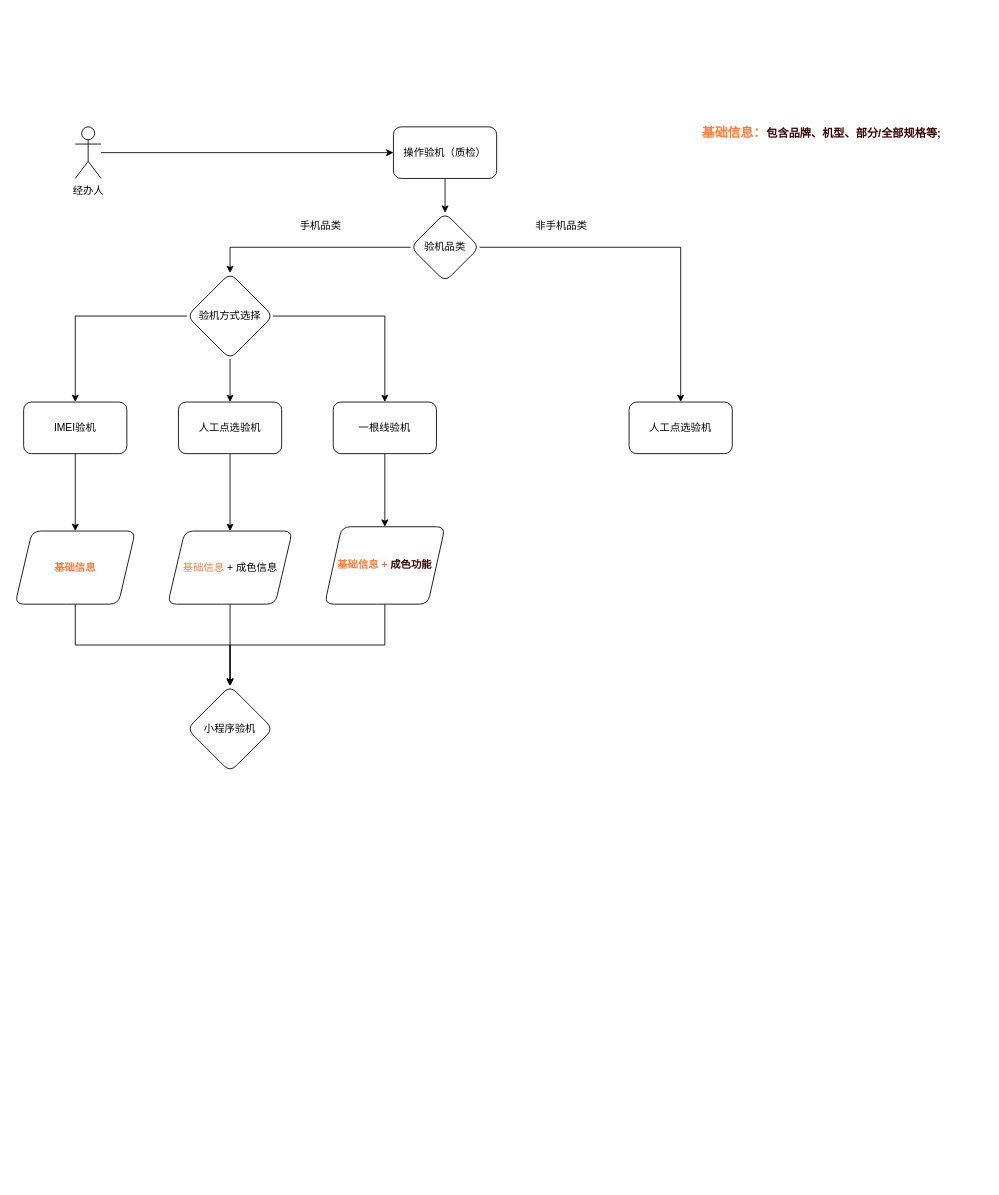
b1208312635/mall keeps this draw.io diagram as 未命名绘图.drawio. Above is the earlier version. Source tidied: cells renumbered, new cells numbered last; positions are measured from the earlier drawing's top-left corner, leaving out a move shared by most shapes. Both pictures are drawn from the tidied source at 86%, with x=0, y=0 at pixel (15, 101).
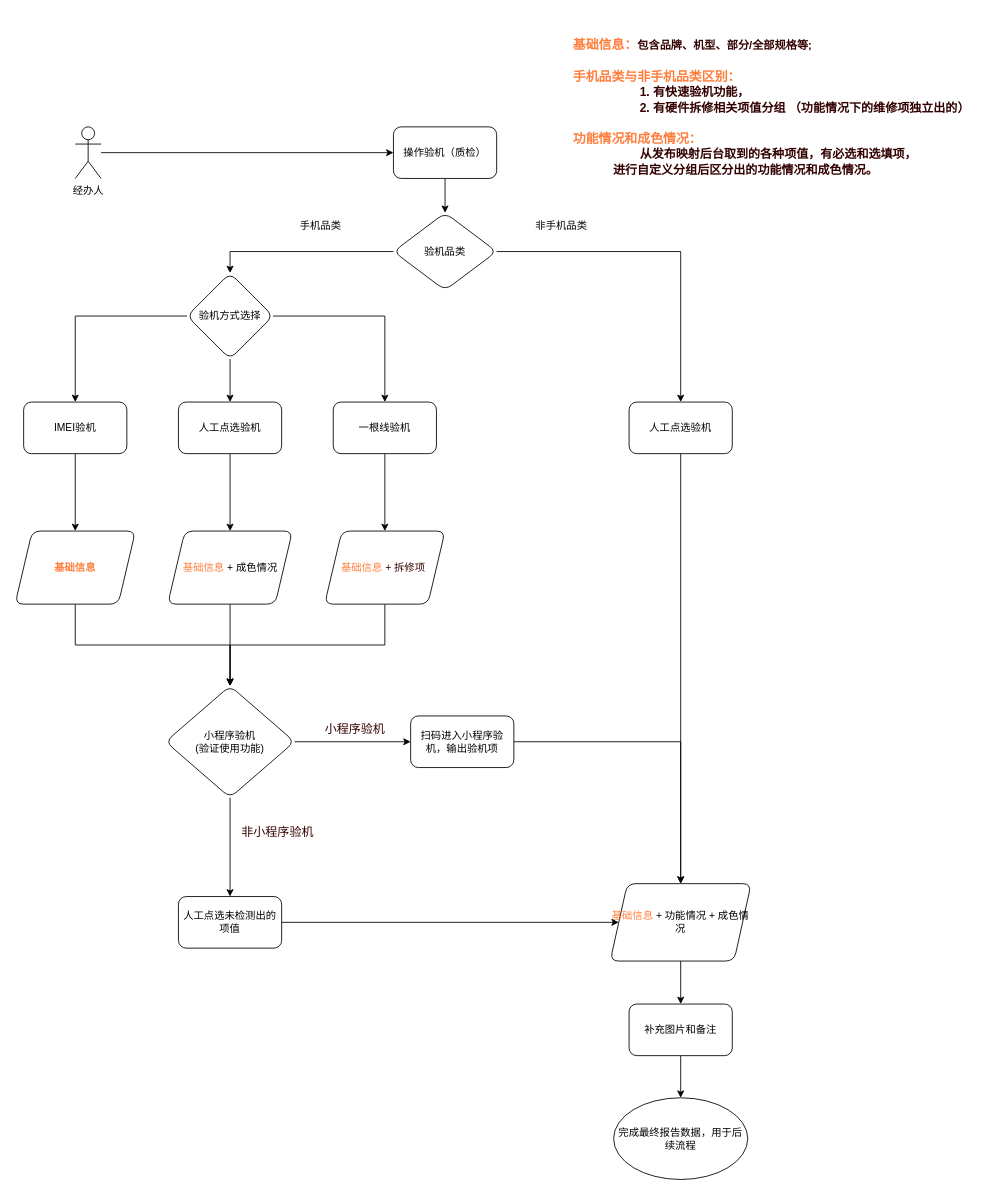
Above is the later version.

Commit message (it also covers changes not shown here):
更新未命名绘图.drawio

Unchanged cells that the change refers to:
```xml
<mxCell id="21" value="人工点选验机" style="whiteSpace=wrap;html=1;rounded=1;" parent="1" vertex="1">
  <mxGeometry x="714" y="350" width="120" height="60" as="geometry" />
</mxCell>
```

Change to the diagram source:
```diff
@@
     <mxCell id="19" value="验机品类" style="rhombus;whiteSpace=wrap;html=1;rounded=1;" parent="1" vertex="1">
-      <mxGeometry x="460" y="130" width="80" height="80" as="geometry" />
+      <mxGeometry x="440" y="130" width="120" height="90" as="geometry" />
     </mxCell>
@@
+    <mxCell id="31" style="edgeStyle=orthogonalEdgeStyle;rounded=0;jettySize=auto;html=1;exitX=0.5;exitY=1;exitDx=0;exitDy=0;fontSize=12;fontColor=#FF7E3D;" parent="1" edge="1" source="21">
+      <mxGeometry relative="1" as="geometry">
+        <mxPoint x="774" y="400" as="targetPoint" />
+      </mxGeometry>
+    </mxCell>
+    <mxCell id="32" style="edgeStyle=orthogonalEdgeStyle;rounded=0;jettySize=auto;html=1;fontSize=12;fontColor=#FF7E3D;" parent="1" edge="1" source="21" target="36">
+      <mxGeometry relative="1" as="geometry" />
+    </mxCell>
@@
-    <mxCell id="25" style="edgeStyle=orthogonalEdgeStyle;rounded=0;jettySize=auto;html=1;exitX=0.5;exitY=1;exitDx=0;exitDy=0;fontSize=12;fontColor=#FF7E3D;" parent="1" edge="1" source="26" target="28">
+    <mxCell id="25" style="edgeStyle=orthogonalEdgeStyle;rounded=0;jettySize=auto;html=1;exitX=0.5;exitY=1;exitDx=0;exitDy=0;fontSize=12;fontColor=#330000;" parent="1" edge="1" source="26" target="28">
       <mxGeometry relative="1" as="geometry" />
     </mxCell>
-    <mxCell id="26" value="&lt;h4 style=&quot;text-align: left; font-size: 12px;&quot;&gt;&lt;b style=&quot;font-size: 12px;&quot;&gt;&lt;font style=&quot;font-size: 12px;&quot; color=&quot;#ff7e3d&quot;&gt;基础信息 +&amp;nbsp;&lt;/font&gt;&lt;/b&gt;&lt;b style=&quot;background-color: initial;&quot;&gt;&lt;font color=&quot;#330000&quot;&gt;成色&lt;/font&gt;&lt;font color=&quot;#330000&quot;&gt;功能&lt;/font&gt;&lt;/b&gt;&lt;/h4&gt;" style="shape=parallelogram;perimeter=parallelogramPerimeter;whiteSpace=wrap;html=1;fixedSize=1;rounded=1;fontSize=12;" parent="1" vertex="1">
-      <mxGeometry x="360" y="495" width="140" height="90" as="geometry" />
+    <mxCell id="26" value="&lt;h4 style=&quot;text-align: left; font-size: 12px;&quot;&gt;&lt;span style=&quot;font-size: 12px; font-weight: normal;&quot;&gt;&lt;font style=&quot;font-size: 12px;&quot; color=&quot;#ff7e3d&quot;&gt;基础信息 &lt;/font&gt;&lt;font color=&quot;#330000&quot; style=&quot;font-size: 12px;&quot;&gt;+&amp;nbsp;拆修项&lt;/font&gt;&lt;font style=&quot;font-size: 12px;&quot; color=&quot;#ff7e3d&quot;&gt;&amp;nbsp;&lt;/font&gt;&lt;/span&gt;&lt;/h4&gt;" style="shape=parallelogram;perimeter=parallelogramPerimeter;whiteSpace=wrap;html=1;fixedSize=1;rounded=1;fontSize=12;" parent="1" vertex="1">
+      <mxGeometry x="360" y="500" width="140" height="85" as="geometry" />
     </mxCell>
-    <mxCell id="27" value="&lt;h4 style=&quot;&quot;&gt;&lt;b style=&quot;&quot;&gt;&lt;font color=&quot;#ff7e3d&quot; style=&quot;font-size: 15px;&quot;&gt;基础信息：&lt;/font&gt;&lt;font color=&quot;#330000&quot; style=&quot;font-size: 13px;&quot;&gt;包含品牌、机型、部分/全部规格等;&lt;/font&gt;&lt;/b&gt;&lt;/h4&gt;&lt;div style=&quot;font-size: 15px;&quot;&gt;&lt;span style=&quot;font-size: 15px;&quot;&gt;&lt;b style=&quot;font-size: 15px;&quot;&gt;&lt;font color=&quot;#ff7e3d&quot; style=&quot;font-size: 15px;&quot;&gt;&lt;br style=&quot;font-size: 15px;&quot;&gt;&lt;/font&gt;&lt;/b&gt;&lt;/span&gt;&lt;/div&gt;" style="text;html=1;align=left;verticalAlign=middle;strokeColor=none;fillColor=none;fontSize=15;" parent="1" vertex="1">
-      <mxGeometry x="797" width="300" height="90" as="geometry" />
+    <mxCell id="27" value="&lt;h4 style=&quot;&quot;&gt;&lt;b style=&quot;&quot;&gt;&lt;font color=&quot;#ff7e3d&quot; style=&quot;font-size: 15px;&quot;&gt;基础信息：&lt;/font&gt;&lt;font color=&quot;#330000&quot; style=&quot;font-size: 13px;&quot;&gt;包含品牌、机型、部分/全部规格等;&lt;/font&gt;&lt;/b&gt;&lt;/h4&gt;&lt;div style=&quot;&quot;&gt;&lt;b style=&quot;&quot;&gt;&lt;font color=&quot;#ff7e3d&quot; style=&quot;font-size: 15px;&quot;&gt;手机品类与非手机品类区别：&lt;/font&gt;&lt;/b&gt;&lt;/div&gt;&lt;div style=&quot;&quot;&gt;&lt;b style=&quot;&quot;&gt;&lt;font color=&quot;#330000&quot; style=&quot;font-size: 14px;&quot;&gt;&amp;nbsp; &amp;nbsp; &amp;nbsp; &amp;nbsp; &amp;nbsp; &amp;nbsp; &amp;nbsp; &amp;nbsp; &amp;nbsp; &amp;nbsp; 1.&amp;nbsp;有快速验机功能，&amp;nbsp;&lt;/font&gt;&lt;/b&gt;&lt;/div&gt;&lt;div style=&quot;&quot;&gt;&lt;b style=&quot;&quot;&gt;&lt;font color=&quot;#330000&quot; style=&quot;font-size: 14px;&quot;&gt;&amp;nbsp; &amp;nbsp; &amp;nbsp; &amp;nbsp; &amp;nbsp; &amp;nbsp; &amp;nbsp; &amp;nbsp; &amp;nbsp; &amp;nbsp; 2.&amp;nbsp;有硬件拆修相关项值分组 （功能情况下的维修项独立出的）&lt;/font&gt;&lt;/b&gt;&lt;/div&gt;&lt;div style=&quot;&quot;&gt;&lt;b style=&quot;&quot;&gt;&lt;font color=&quot;#330000&quot; style=&quot;font-size: 14px;&quot;&gt;&lt;br&gt;&lt;/font&gt;&lt;/b&gt;&lt;/div&gt;&lt;span style=&quot;text-align: center;&quot;&gt;&lt;b style=&quot;&quot;&gt;&lt;font color=&quot;#ff7e3d&quot; style=&quot;font-size: 15px;&quot;&gt;功能情况和成色情况：&lt;br&gt;&lt;/font&gt;&lt;font color=&quot;#330000&quot; style=&quot;font-size: 14px;&quot;&gt;&amp;nbsp; &amp;nbsp; &amp;nbsp; &amp;nbsp; &amp;nbsp; &amp;nbsp; &amp;nbsp; &amp;nbsp; &amp;nbsp; &amp;nbsp; 从发布映射后台取到的各种项值，有必选和选填项，&lt;br&gt;&amp;nbsp; &amp;nbsp; &amp;nbsp; &amp;nbsp; &amp;nbsp; &amp;nbsp; 进行自定义分组后区分出的功能情况和成色情况。&lt;/font&gt;&lt;br&gt;&lt;font color=&quot;#ff7e3d&quot;&gt;&amp;nbsp;&lt;/font&gt;&lt;br&gt;&lt;/b&gt;&lt;/span&gt;&lt;div style=&quot;&quot;&gt;&lt;b style=&quot;&quot;&gt;&lt;font color=&quot;#330000&quot; style=&quot;font-size: 14px;&quot;&gt;&amp;nbsp;&amp;nbsp; &amp;nbsp; &amp;nbsp; &amp;nbsp; &amp;nbsp; &amp;nbsp; &amp;nbsp; &amp;nbsp; &amp;nbsp;&amp;nbsp;&lt;/font&gt;&lt;/b&gt;&lt;/div&gt;" style="text;html=1;align=left;verticalAlign=middle;strokeColor=none;fillColor=none;fontSize=15;" parent="1" vertex="1">
+      <mxGeometry x="647" y="-100" width="480" height="230" as="geometry" />
     </mxCell>
+    <mxCell id="33" style="edgeStyle=orthogonalEdgeStyle;rounded=0;jettySize=auto;html=1;exitX=1;exitY=0.5;exitDx=0;exitDy=0;fontSize=14;fontColor=#330000;" parent="1" edge="1" source="28" target="39">
+      <mxGeometry relative="1" as="geometry" />
+    </mxCell>
+    <mxCell id="34" style="edgeStyle=orthogonalEdgeStyle;rounded=0;jettySize=auto;html=1;fontSize=14;fontColor=#330000;" parent="1" edge="1" source="28" target="41">
+      <mxGeometry relative="1" as="geometry" />
+    </mxCell>
-    <mxCell id="28" value="小程序验机" style="rhombus;whiteSpace=wrap;html=1;rounded=1;" parent="1" vertex="1">
-      <mxGeometry x="200" y="680" width="100" height="100" as="geometry" />
+    <mxCell id="28" value="小程序验机&lt;br&gt;(验证使用功能)" style="rhombus;whiteSpace=wrap;html=1;rounded=1;" parent="1" vertex="1">
+      <mxGeometry x="175" y="680" width="150" height="130" as="geometry" />
     </mxCell>
@@
-    <mxCell id="30" value="&lt;font color=&quot;#ff7e3d&quot;&gt;基础信息&lt;/font&gt; +&amp;nbsp;成色信息" style="shape=parallelogram;perimeter=parallelogramPerimeter;whiteSpace=wrap;html=1;fixedSize=1;rounded=1;" parent="1" vertex="1">
+    <mxCell id="30" value="&lt;font color=&quot;#ff7e3d&quot;&gt;基础信息&lt;/font&gt; +&amp;nbsp;成色情况" style="shape=parallelogram;perimeter=parallelogramPerimeter;whiteSpace=wrap;html=1;fixedSize=1;rounded=1;" parent="1" vertex="1">
       <mxGeometry x="177.5" y="500" width="145" height="85" as="geometry" />
     </mxCell>
+    <mxCell id="35" style="edgeStyle=orthogonalEdgeStyle;rounded=0;jettySize=auto;html=1;fontSize=14;fontColor=#330000;" parent="1" edge="1" source="36" target="45">
+      <mxGeometry relative="1" as="geometry" />
+    </mxCell>
+    <mxCell id="36" value="&lt;font color=&quot;#ff7e3d&quot;&gt;基础信息 &lt;/font&gt;+&amp;nbsp;功能情况 +&amp;nbsp;成色情况" style="shape=parallelogram;perimeter=parallelogramPerimeter;whiteSpace=wrap;html=1;fixedSize=1;rounded=1;align=center;verticalAlign=middle;" parent="1" vertex="1">
+      <mxGeometry x="692" y="910" width="164" height="90" as="geometry" />
+    </mxCell>
+    <mxCell id="37" value="完成最终报告数据，用于后续流程" style="ellipse;whiteSpace=wrap;html=1;rounded=1;" parent="1" vertex="1">
+      <mxGeometry x="696" y="1159" width="156" height="95" as="geometry" />
+    </mxCell>
+    <mxCell id="38" style="edgeStyle=orthogonalEdgeStyle;rounded=0;jettySize=auto;html=1;exitX=1;exitY=0.5;exitDx=0;exitDy=0;entryX=0.5;entryY=0;entryDx=0;entryDy=0;fontSize=14;fontColor=#330000;" parent="1" edge="1" source="39" target="36">
+      <mxGeometry relative="1" as="geometry" />
+    </mxCell>
+    <mxCell id="39" value="扫码进入小程序验机，输出验机项" style="rounded=1;whiteSpace=wrap;html=1;" parent="1" vertex="1">
+      <mxGeometry x="460" y="715" width="120" height="60" as="geometry" />
+    </mxCell>
+    <mxCell id="40" style="edgeStyle=orthogonalEdgeStyle;rounded=0;jettySize=auto;html=1;exitX=1;exitY=0.5;exitDx=0;exitDy=0;fontSize=14;fontColor=#330000;" parent="1" edge="1" source="41" target="36">
+      <mxGeometry relative="1" as="geometry" />
+    </mxCell>
+    <mxCell id="41" value="人工点选未检测出的项值" style="whiteSpace=wrap;html=1;rounded=1;" parent="1" vertex="1">
+      <mxGeometry x="190" y="925" width="120" height="60" as="geometry" />
+    </mxCell>
+    <mxCell id="42" value="小程序验机" style="text;html=1;align=center;verticalAlign=middle;strokeColor=none;fillColor=none;fontSize=14;fontColor=#330000;" parent="1" vertex="1">
+      <mxGeometry x="350" y="715" width="90" height="30" as="geometry" />
+    </mxCell>
+    <mxCell id="43" value="非小程序验机" style="text;html=1;align=center;verticalAlign=middle;strokeColor=none;fillColor=none;fontSize=14;fontColor=#330000;" parent="1" vertex="1">
+      <mxGeometry x="250" y="835" width="110" height="30" as="geometry" />
+    </mxCell>
+    <mxCell id="44" style="edgeStyle=orthogonalEdgeStyle;rounded=0;jettySize=auto;html=1;exitX=0.5;exitY=1;exitDx=0;exitDy=0;fontSize=14;fontColor=#330000;" parent="1" edge="1" source="45" target="37">
+      <mxGeometry relative="1" as="geometry" />
+    </mxCell>
+    <mxCell id="45" value="补充图片和备注" style="whiteSpace=wrap;html=1;rounded=1;" parent="1" vertex="1">
+      <mxGeometry x="714" y="1050" width="120" height="60" as="geometry" />
+    </mxCell>
```
